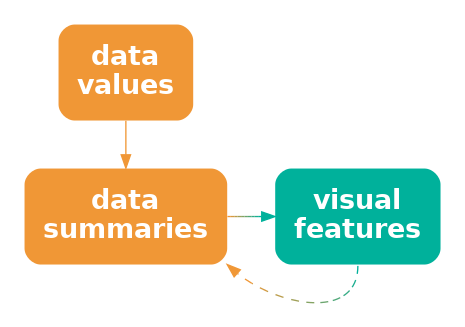
This is Diagrams/stat-vis-decode.png from pmur002/hdvw, a Graphviz export, as it was before one commit. Its source is kept beside it as Diagrams/stat-vis-decode.dot.
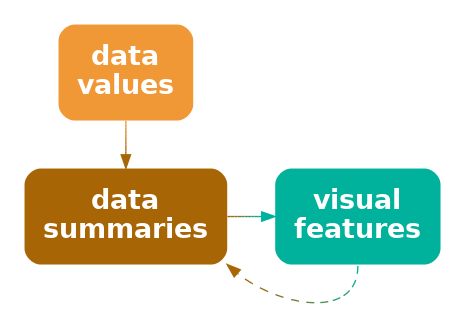
After the commit.

What changed in the source:
```diff
@@ -2,11 +2,11 @@
   graph [ rankdir=LR; margin=.2; nodesep=.5 ];
   node [ fontsize=20; fontname="sans bold"; margin=.2 ];
   data [ label="data\nvalues"; shape=box; style="filled, rounded"; penwidth=0; fontcolor=white; fillcolor="#F09736" ]
-  stat [ label="data\nsummaries"; shape=box; style="filled, rounded"; penwidth=0; fontcolor=white; fillcolor="#F09736" ]
+  stat [ label="data\nsummaries"; shape=box; style="filled, rounded"; penwidth=0; fontcolor=white; fillcolor="#A86505" ]
   vis [ label="visual\nfeatures"; shape=box;
      style="filled, rounded"; penwidth=0; fontcolor=white; fillcolor="#00B19B" ]
-  data -> stat [ color="#F09736" ]
-  stat -> vis [ color="#F09736;0.1:#D59A41;0.1:#BB9D4C;0.1:#A0A058;0.1:#85A363;0.1:#6BA56E;0.1:#50A879;0.1:#35AB85;0.1:#1BAE90;0.1:#00B19B;0.1" ]
-  vis:s -> stat:se [ style="dashed", color="#00B19B;0.1:#1BAE90;0.1:#35AB85;0.1:#50A879;0.1:#6BA56E;0.1:#85A363;0.1:#A0A058;0.1:#BB9D4C;0.1:#D59A41;0.1:#F09736;0.1" ]
+  data -> stat [ color="#F09736;0.1:#E89131;0.1:#E08C2B;0.1:#D88626;0.1:#D08120;0.1:#C87B1B;0.1:#C07615;0.1:#B87010;0.1:#B06B0A;0.1:#A86505;0.1" ]
+  stat -> vis [ color="#A86505;0.1:#956D16;0.1:#837626;0.1:#707E37;0.1:#5D8748;0.1:#4B8F58;0.1:#389869;0.1:#25A07A;0.1:#13A98A;0.1:#00B19B;0.1" ]
+  vis:s -> stat:se [ style="dashed", color="#00B19B;0.1:#13A98A;0.1:#25A07A;0.1:#389869;0.1:#4B8F58;0.1:#5D8748;0.1:#707E37;0.1:#837626;0.1:#956D16;0.1:#A86505;0.1" ]
 { rank=same; data, stat }
 }
```
